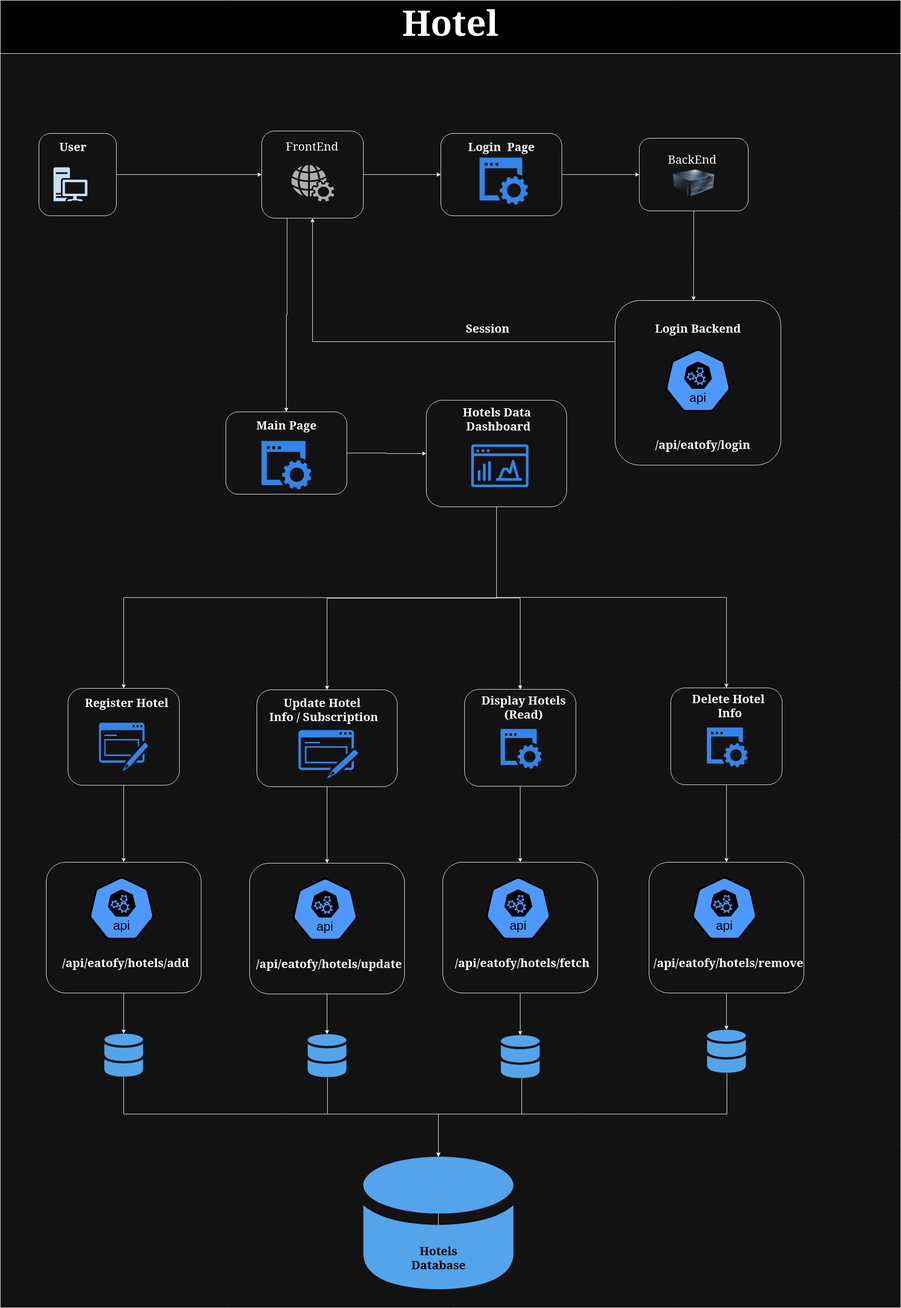
Above: Phase-2/Hotels.png in appnichetechnologies/Eatofy-System-Design (draw.io), before the change. Source tidied: cells renumbered, new cells last; positions are measured from the earlier drawing's top-left corner, leaving out a move shared by most shapes.
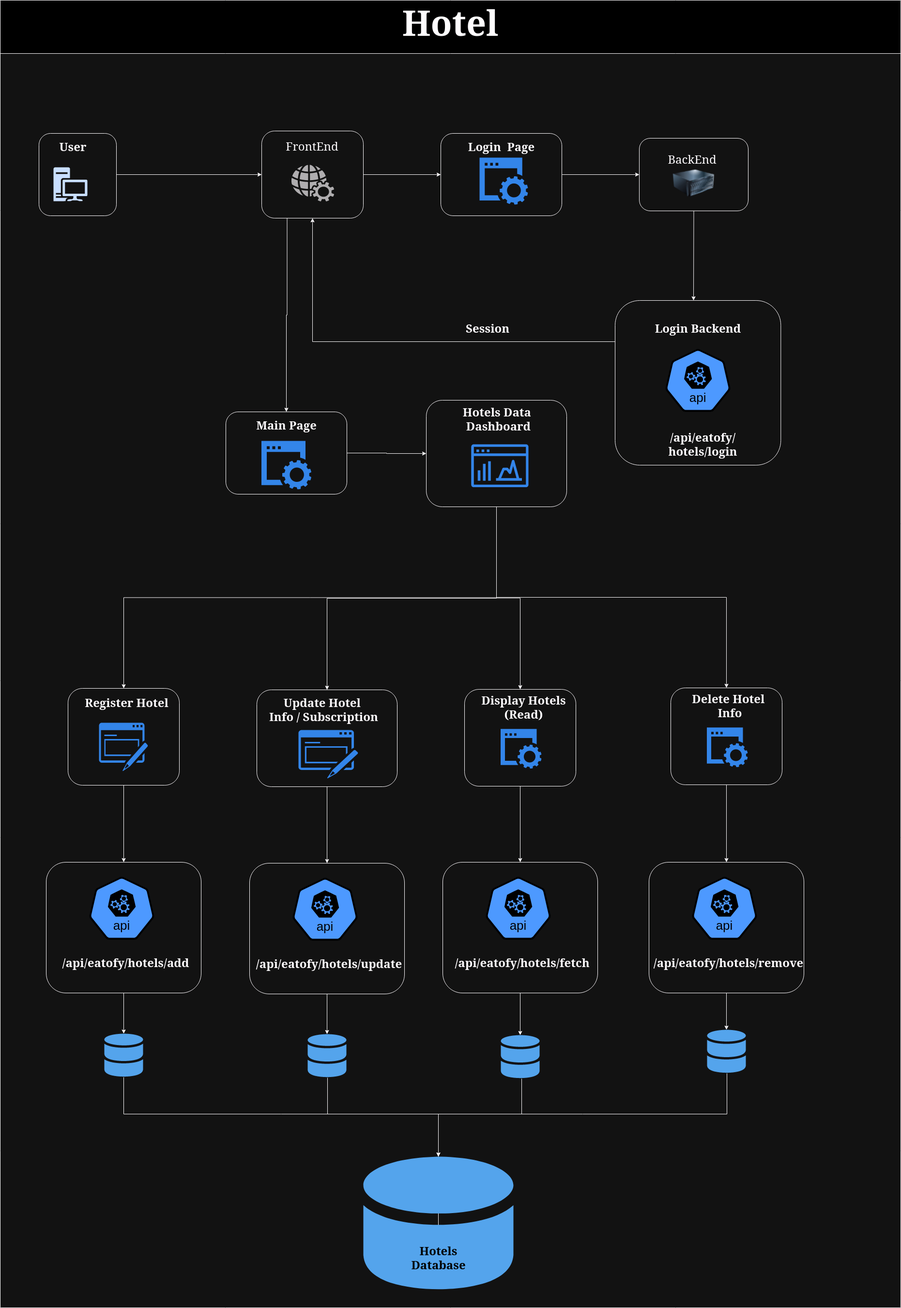
The same file after the commit.

Diff of the diagram source:
```diff
@@ -61,8 +61,8 @@
     <mxCell id="20" style="rounded=1;whiteSpace=wrap;html=1;fillColor=none;" parent="17" vertex="1">
       <mxGeometry width="342.3" height="340" as="geometry" />
     </mxCell>
-    <mxCell id="21" value="&lt;font style=&quot;font-size: 24px;&quot;&gt;&lt;b&gt;&lt;font&gt;/api/eatofy/login&lt;br&gt;&lt;/font&gt;&lt;/b&gt;&lt;/font&gt;" style="text;html=1;align=center;verticalAlign=middle;strokeColor=none;fillColor=none;" parent="17" vertex="1">
-      <mxGeometry x="71.1" y="280" width="220" height="40" as="geometry" />
+    <mxCell id="21" value="&lt;div&gt;&lt;font style=&quot;font-size: 24px;&quot;&gt;&lt;b&gt;&lt;font&gt;/api/eatofy/&lt;/font&gt;&lt;/b&gt;&lt;/font&gt;&lt;/div&gt;&lt;div&gt;&lt;font style=&quot;font-size: 24px;&quot;&gt;&lt;b&gt;&lt;font&gt;hotels/login&lt;/font&gt;&lt;/b&gt;&lt;/font&gt;&lt;/div&gt;" style="text;html=1;align=center;verticalAlign=middle;strokeColor=none;fillColor=none;" parent="17" vertex="1">
+      <mxGeometry x="96.1" y="265" width="170" height="70" as="geometry" />
     </mxCell>
     <mxCell id="22" style="edgeStyle=orthogonalEdgeStyle;rounded=0;jettySize=auto;html=1;exitX=1;exitY=0.5;exitDx=0;exitDy=0;" parent="1" edge="1" source="24" target="8">
       <mxGeometry relative="1" as="geometry" />
```
